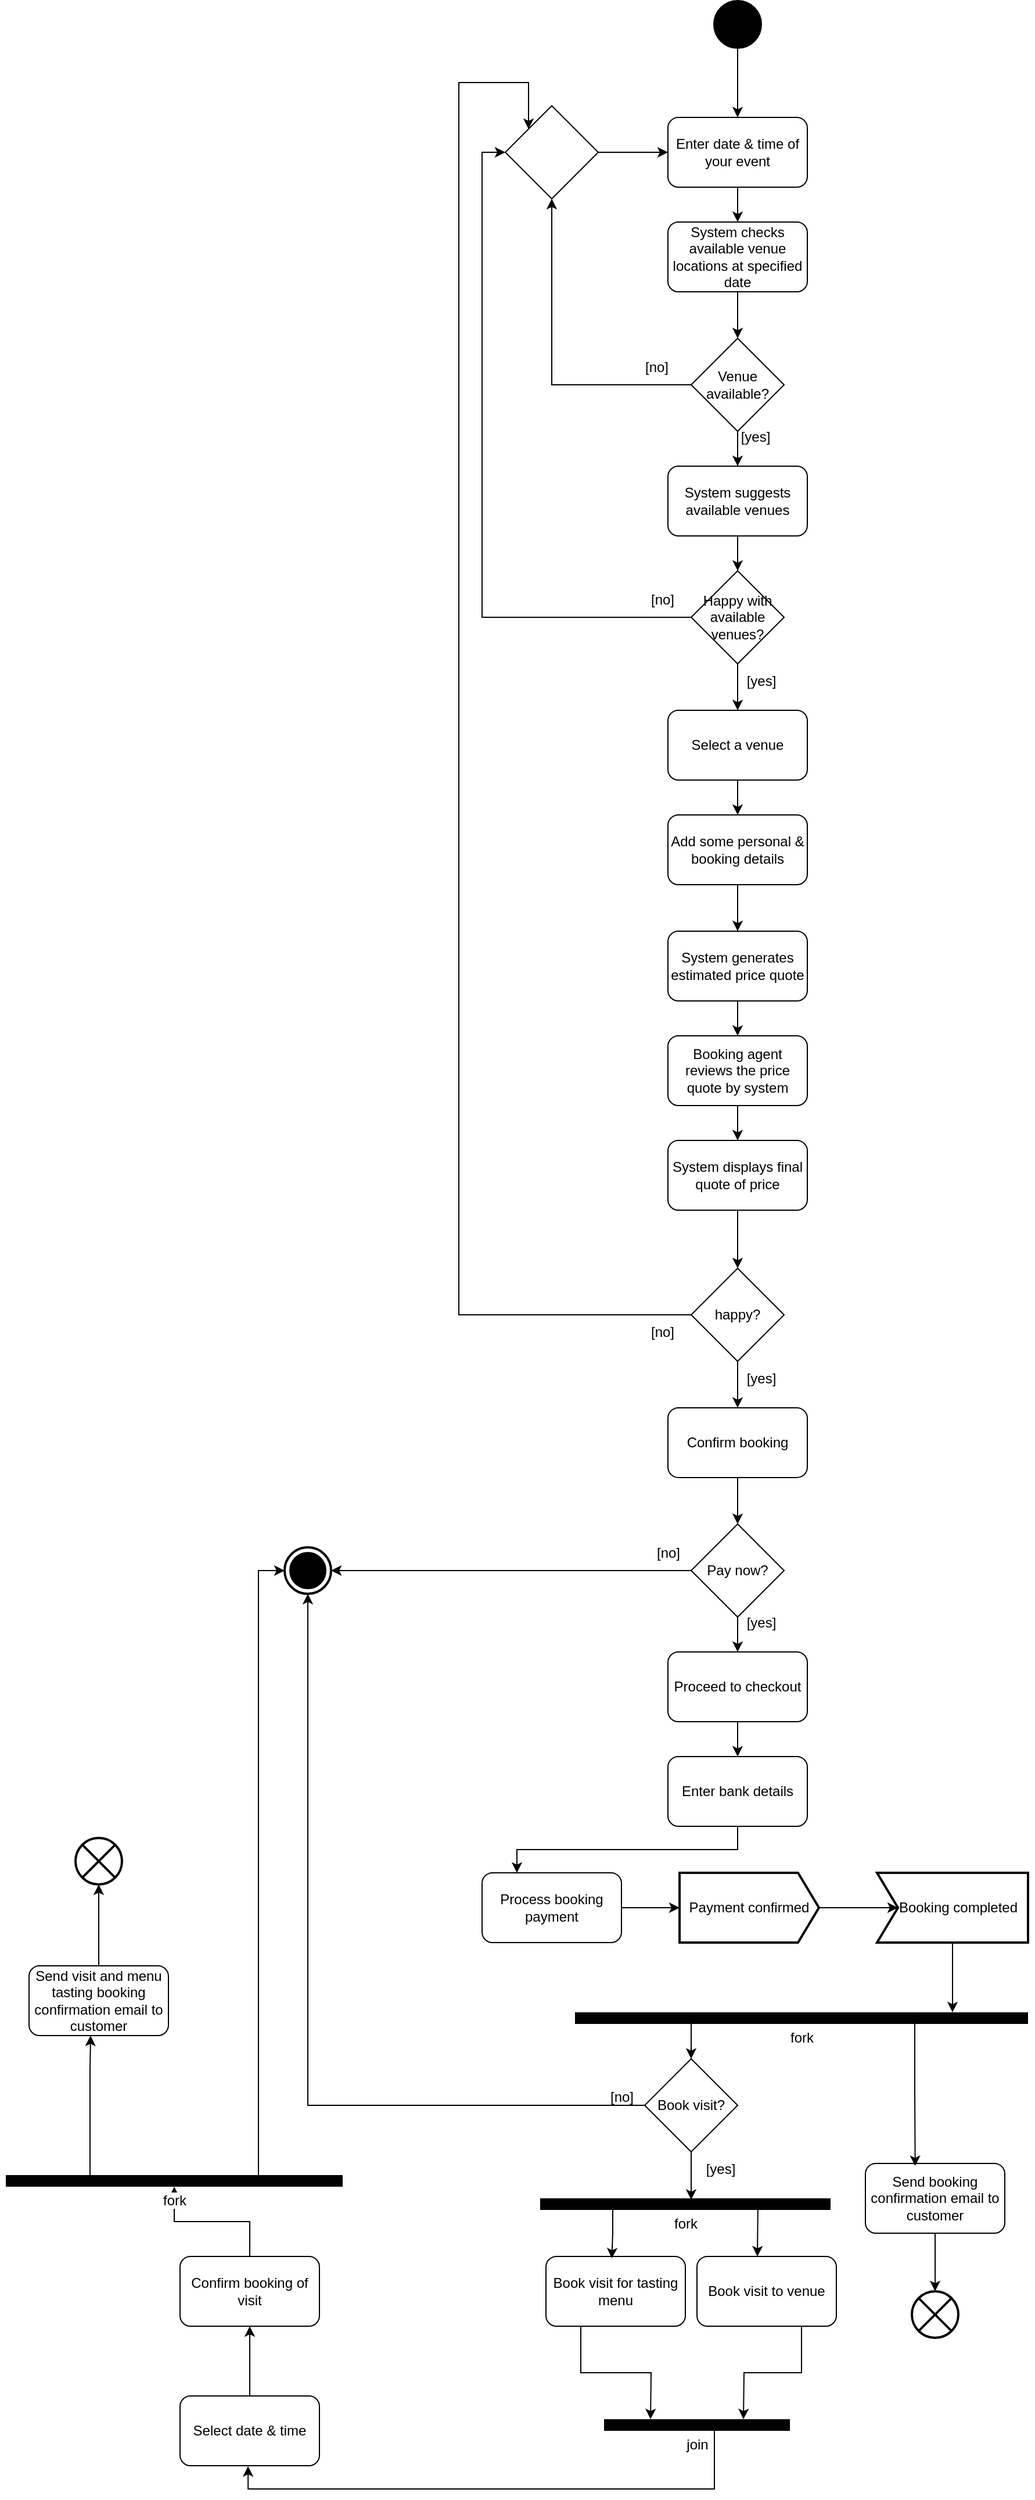
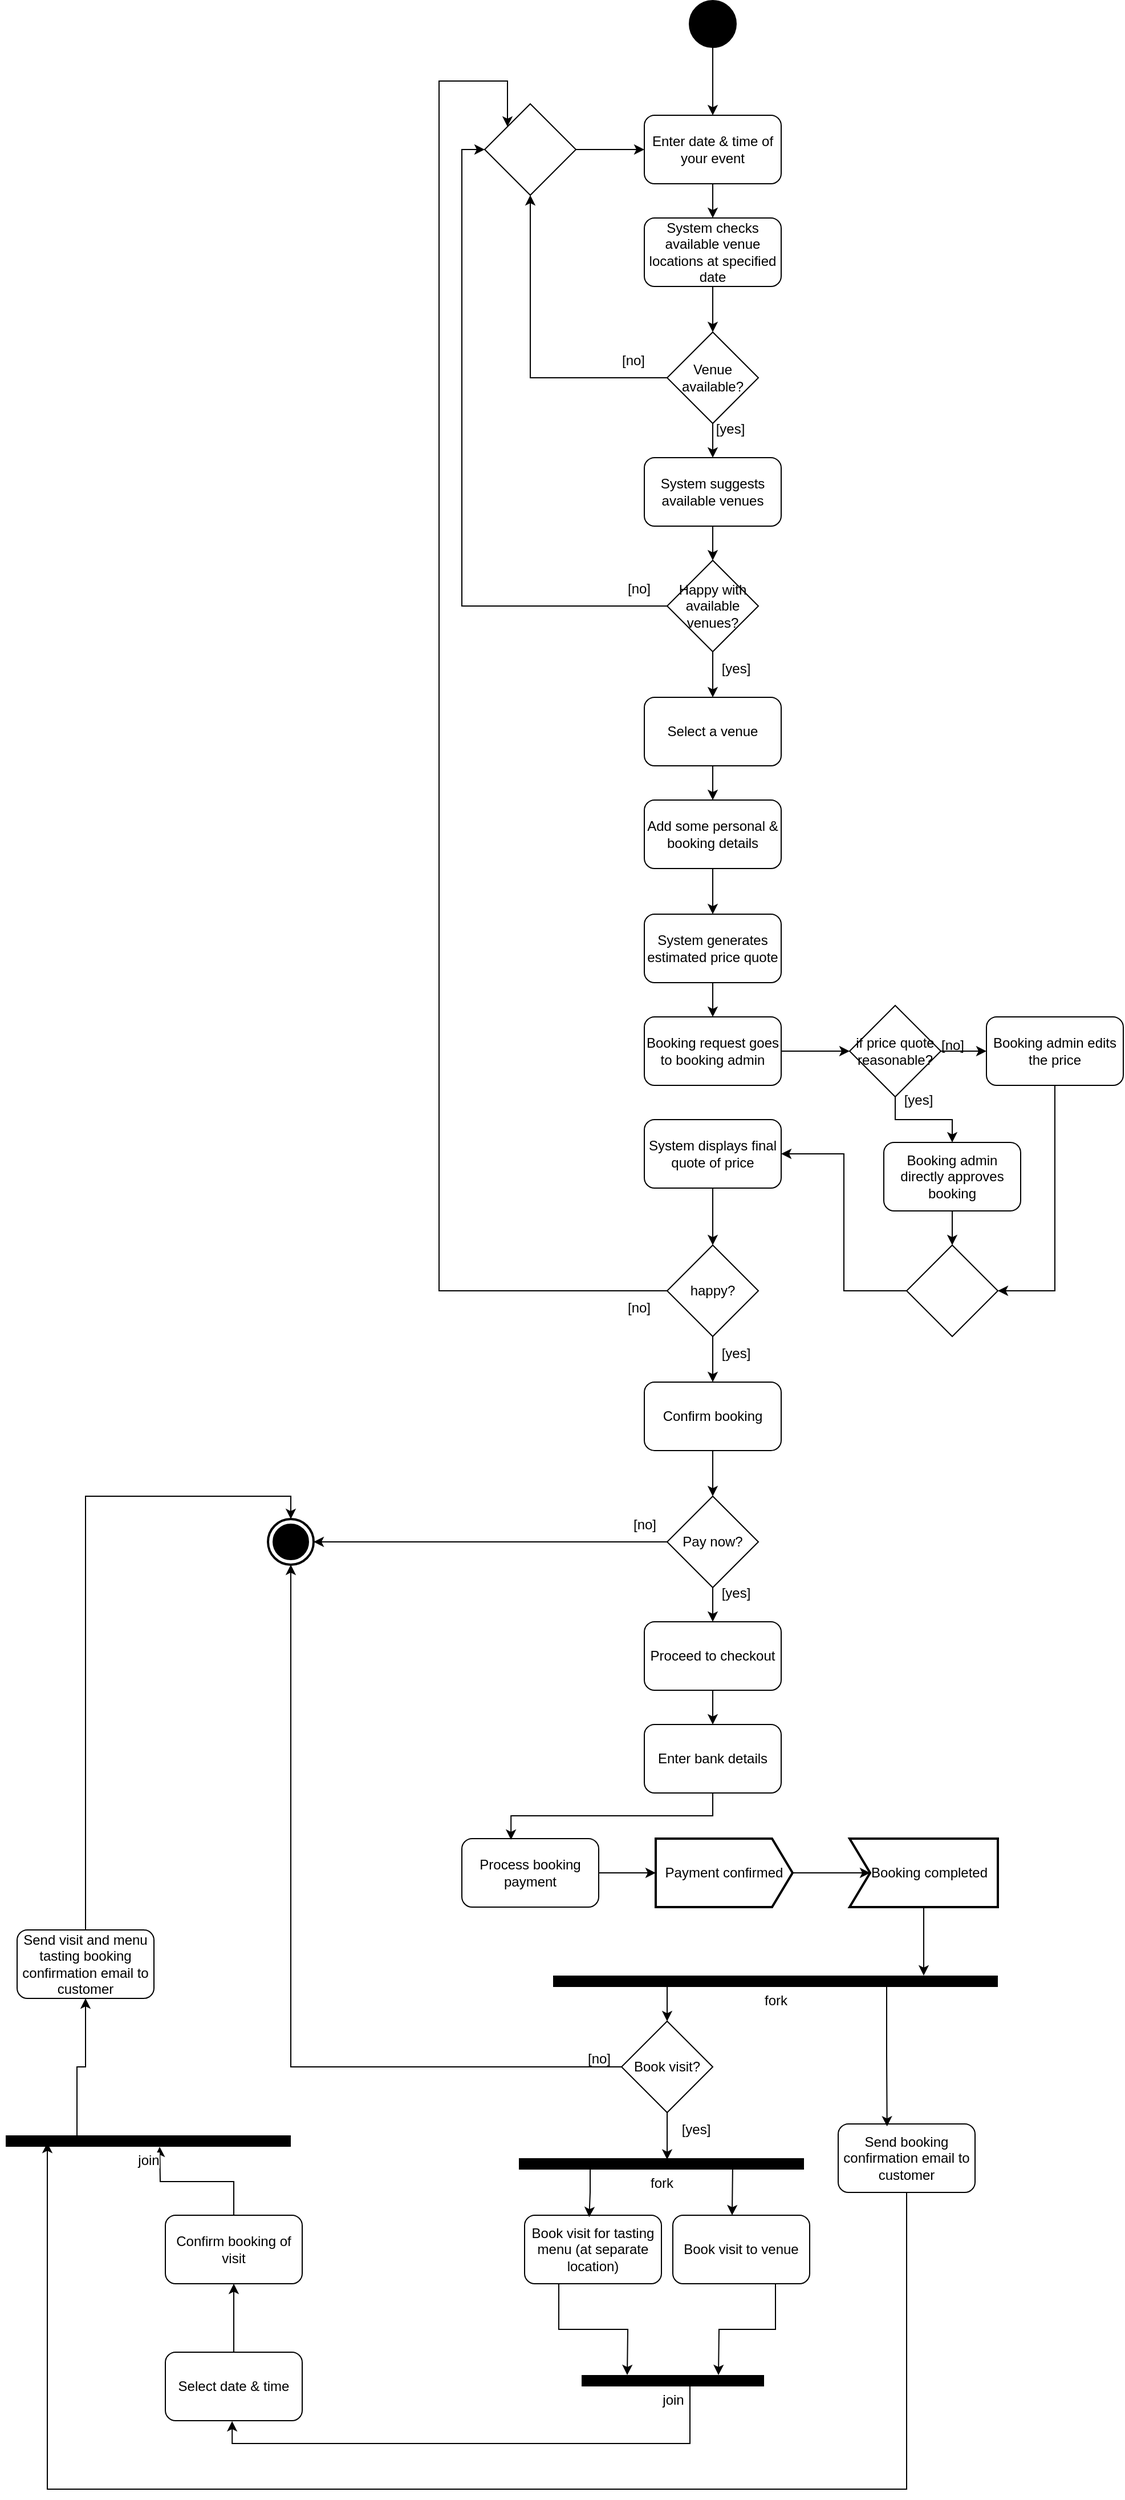
- <mxfile host="app.diagrams.net" modified="2024-02-28T01:40:37.187Z" agent="Mozilla/5.0 (Windows NT 10.0; Win64; x64) AppleWebKit/537.36 (KHTML, like Gecko) Chrome/122.0.0.0 Safari/537.36" etag="uCHXRNjuimKyqKS2h1Pi" version="23.1.7" type="google">
+ <mxfile host="app.diagrams.net" modified="2024-03-01T03:48:29.028Z" agent="Mozilla/5.0 (Windows NT 10.0; Win64; x64) AppleWebKit/537.36 (KHTML, like Gecko) Chrome/122.0.0.0 Safari/537.36" etag="IYtcShpnyjpLfOhCzZ0y" version="23.1.8" type="google">
  <diagram id="zLQGtkdr4Er2hxhFR5bj" name="Activity Diagram">
-     <mxGraphModel dx="2707" dy="3353" grid="1" gridSize="10" guides="1" tooltips="1" connect="1" arrows="1" fold="1" page="1" pageScale="1" pageWidth="850" pageHeight="1100" math="0" shadow="0">
+     <mxGraphModel dx="2088" dy="2969" grid="1" gridSize="10" guides="1" tooltips="1" connect="1" arrows="1" fold="1" page="1" pageScale="1" pageWidth="850" pageHeight="1100" math="0" shadow="0">
      <root>
        <mxCell id="0" />
        <mxCell id="1" parent="0" />
        <mxCell id="VgG-rzQVKVVHX1h5zmXF-7" style="edgeStyle=orthogonalEdgeStyle;rounded=0;orthogonalLoop=1;jettySize=auto;html=1;exitX=0;exitY=0.5;exitDx=0;exitDy=0;entryX=0;entryY=0.5;entryDx=0;entryDy=0;" parent="1" edge="1">
          <mxGeometry relative="1" as="geometry">
            <Array as="points">
              <mxPoint x="170" y="500" />
              <mxPoint x="170" />
            </Array>
            <mxPoint x="280" y="500" as="sourcePoint" />
          </mxGeometry>
        </mxCell>
        <mxCell id="bACexmj81euN7fhu6PjQ-41" style="edgeStyle=orthogonalEdgeStyle;rounded=0;orthogonalLoop=1;jettySize=auto;html=1;" parent="1" source="VgG-rzQVKVVHX1h5zmXF-55" edge="1">
          <mxGeometry relative="1" as="geometry">
            <mxPoint x="615" y="-270" as="targetPoint" />
          </mxGeometry>
        </mxCell>
        <mxCell id="VgG-rzQVKVVHX1h5zmXF-55" value="&amp;nbsp; &amp;nbsp;Booking completed" style="html=1;shape=mxgraph.sysml.accEvent;strokeWidth=2;whiteSpace=wrap;align=center;" parent="1" vertex="1">
          <mxGeometry x="550" y="-390" width="130" height="60" as="geometry" />
        </mxCell>
        <mxCell id="VgG-rzQVKVVHX1h5zmXF-56" value="Payment confirmed" style="html=1;shape=mxgraph.sysml.sendSigAct;strokeWidth=2;whiteSpace=wrap;align=center;" parent="1" vertex="1">
          <mxGeometry x="380" y="-390" width="120" height="60" as="geometry" />
        </mxCell>
        <mxCell id="VgG-rzQVKVVHX1h5zmXF-68" style="edgeStyle=orthogonalEdgeStyle;rounded=0;orthogonalLoop=1;jettySize=auto;html=1;exitX=0.5;exitY=1;exitDx=0;exitDy=0;" parent="1" source="VgG-rzQVKVVHX1h5zmXF-62" target="VgG-rzQVKVVHX1h5zmXF-63" edge="1">
          <mxGeometry relative="1" as="geometry" />
        </mxCell>
        <mxCell id="VgG-rzQVKVVHX1h5zmXF-62" value="" style="shape=ellipse;html=1;fillColor=#000000;strokeWidth=2;verticalLabelPosition=bottom;verticalAlignment=top;perimeter=ellipsePerimeter;" parent="1" vertex="1">
          <mxGeometry x="410" y="-2000" width="40" height="40" as="geometry" />
        </mxCell>
        <mxCell id="VgG-rzQVKVVHX1h5zmXF-69" style="edgeStyle=orthogonalEdgeStyle;rounded=0;orthogonalLoop=1;jettySize=auto;html=1;exitX=0.5;exitY=1;exitDx=0;exitDy=0;" parent="1" source="VgG-rzQVKVVHX1h5zmXF-63" target="VgG-rzQVKVVHX1h5zmXF-65" edge="1">
          <mxGeometry relative="1" as="geometry" />
        </mxCell>
        <mxCell id="VgG-rzQVKVVHX1h5zmXF-63" value="&lt;div&gt;Enter date &amp;amp; time of your event&lt;/div&gt;" style="rounded=1;whiteSpace=wrap;html=1;strokeWidth=1;" parent="1" vertex="1">
          <mxGeometry x="370" y="-1900" width="120" height="60" as="geometry" />
        </mxCell>
        <mxCell id="VgG-rzQVKVVHX1h5zmXF-70" style="edgeStyle=orthogonalEdgeStyle;rounded=0;orthogonalLoop=1;jettySize=auto;html=1;exitX=0.5;exitY=1;exitDx=0;exitDy=0;" parent="1" source="VgG-rzQVKVVHX1h5zmXF-65" target="VgG-rzQVKVVHX1h5zmXF-66" edge="1">
          <mxGeometry relative="1" as="geometry" />
        </mxCell>
        <mxCell id="VgG-rzQVKVVHX1h5zmXF-65" value="&lt;div&gt;System checks available venue locations at specified date&lt;/div&gt;" style="rounded=1;whiteSpace=wrap;html=1;strokeWidth=1;" parent="1" vertex="1">
          <mxGeometry x="370" y="-1810" width="120" height="60" as="geometry" />
        </mxCell>
        <mxCell id="VgG-rzQVKVVHX1h5zmXF-71" style="edgeStyle=orthogonalEdgeStyle;rounded=0;orthogonalLoop=1;jettySize=auto;html=1;exitX=0.5;exitY=1;exitDx=0;exitDy=0;" parent="1" source="VgG-rzQVKVVHX1h5zmXF-66" target="VgG-rzQVKVVHX1h5zmXF-67" edge="1">
          <mxGeometry relative="1" as="geometry" />
        </mxCell>
        <mxCell id="CmB5xDP5JDd7AaVfJXiw-5" style="edgeStyle=orthogonalEdgeStyle;rounded=0;orthogonalLoop=1;jettySize=auto;html=1;exitX=0;exitY=0.5;exitDx=0;exitDy=0;entryX=0.5;entryY=1;entryDx=0;entryDy=0;" parent="1" source="VgG-rzQVKVVHX1h5zmXF-66" target="CmB5xDP5JDd7AaVfJXiw-1" edge="1">
          <mxGeometry relative="1" as="geometry" />
        </mxCell>
        <mxCell id="VgG-rzQVKVVHX1h5zmXF-66" value="Venue available?" style="rhombus;whiteSpace=wrap;html=1;" parent="1" vertex="1">
          <mxGeometry x="390" y="-1710" width="80" height="80" as="geometry" />
        </mxCell>
        <mxCell id="VgG-rzQVKVVHX1h5zmXF-89" style="edgeStyle=orthogonalEdgeStyle;rounded=0;orthogonalLoop=1;jettySize=auto;html=1;exitX=0.5;exitY=1;exitDx=0;exitDy=0;entryX=0.5;entryY=0;entryDx=0;entryDy=0;" parent="1" source="VgG-rzQVKVVHX1h5zmXF-67" target="VgG-rzQVKVVHX1h5zmXF-86" edge="1">
          <mxGeometry relative="1" as="geometry" />
        </mxCell>
        <mxCell id="VgG-rzQVKVVHX1h5zmXF-67" value="System suggests available venues" style="rounded=1;whiteSpace=wrap;html=1;strokeWidth=1;" parent="1" vertex="1">
          <mxGeometry x="370" y="-1600" width="120" height="60" as="geometry" />
        </mxCell>
        <mxCell id="CmB5xDP5JDd7AaVfJXiw-8" style="edgeStyle=orthogonalEdgeStyle;rounded=0;orthogonalLoop=1;jettySize=auto;html=1;exitX=0.5;exitY=1;exitDx=0;exitDy=0;" parent="1" source="VgG-rzQVKVVHX1h5zmXF-72" target="VgG-rzQVKVVHX1h5zmXF-73" edge="1">
          <mxGeometry relative="1" as="geometry" />
        </mxCell>
        <mxCell id="VgG-rzQVKVVHX1h5zmXF-72" value="Select a venue" style="rounded=1;whiteSpace=wrap;html=1;strokeWidth=1;" parent="1" vertex="1">
          <mxGeometry x="370" y="-1390" width="120" height="60" as="geometry" />
        </mxCell>
        <mxCell id="CmB5xDP5JDd7AaVfJXiw-9" style="edgeStyle=orthogonalEdgeStyle;rounded=0;orthogonalLoop=1;jettySize=auto;html=1;exitX=0.5;exitY=1;exitDx=0;exitDy=0;entryX=0.5;entryY=0;entryDx=0;entryDy=0;" parent="1" source="VgG-rzQVKVVHX1h5zmXF-73" target="VgG-rzQVKVVHX1h5zmXF-98" edge="1">
          <mxGeometry relative="1" as="geometry" />
        </mxCell>
        <mxCell id="VgG-rzQVKVVHX1h5zmXF-73" value="Add some personal &amp;amp; booking details" style="rounded=1;whiteSpace=wrap;html=1;strokeWidth=1;" parent="1" vertex="1">
          <mxGeometry x="370" y="-1300" width="120" height="60" as="geometry" />
        </mxCell>
-         <mxCell id="qOMrk7s-dNR-C5TbjJqj-2" value="" style="edgeStyle=orthogonalEdgeStyle;rounded=0;orthogonalLoop=1;jettySize=auto;html=1;" parent="1" source="VgG-rzQVKVVHX1h5zmXF-75" target="VgG-rzQVKVVHX1h5zmXF-97" edge="1">
-           <mxGeometry relative="1" as="geometry" />
-         </mxCell>
-         <mxCell id="VgG-rzQVKVVHX1h5zmXF-75" value="&lt;div&gt;Booking agent reviews the price quote by system&lt;/div&gt;" style="rounded=1;whiteSpace=wrap;html=1;strokeWidth=1;" parent="1" vertex="1">
+         <mxCell id="0H6Zyw3Ez8y77bzPu73Z-2" value="" style="edgeStyle=orthogonalEdgeStyle;rounded=0;orthogonalLoop=1;jettySize=auto;html=1;" parent="1" source="VgG-rzQVKVVHX1h5zmXF-75" target="0H6Zyw3Ez8y77bzPu73Z-1" edge="1">
+           <mxGeometry relative="1" as="geometry" />
+         </mxCell>
+         <mxCell id="VgG-rzQVKVVHX1h5zmXF-75" value="&lt;div&gt;Booking request goes to booking admin&lt;/div&gt;" style="rounded=1;whiteSpace=wrap;html=1;strokeWidth=1;" parent="1" vertex="1">
          <mxGeometry x="370" y="-1110" width="120" height="60" as="geometry" />
        </mxCell>
        <mxCell id="VgG-rzQVKVVHX1h5zmXF-76" value="[yes]" style="text;html=1;align=center;verticalAlign=middle;resizable=0;points=[];autosize=1;strokeColor=none;fillColor=none;" parent="1" vertex="1">
          <mxGeometry x="420" y="-1640" width="50" height="30" as="geometry" />
        </mxCell>
        <mxCell id="VgG-rzQVKVVHX1h5zmXF-90" style="edgeStyle=orthogonalEdgeStyle;rounded=0;orthogonalLoop=1;jettySize=auto;html=1;exitX=0.5;exitY=1;exitDx=0;exitDy=0;" parent="1" source="VgG-rzQVKVVHX1h5zmXF-86" target="VgG-rzQVKVVHX1h5zmXF-72" edge="1">
          <mxGeometry relative="1" as="geometry" />
        </mxCell>
        <mxCell id="CmB5xDP5JDd7AaVfJXiw-4" style="edgeStyle=orthogonalEdgeStyle;rounded=0;orthogonalLoop=1;jettySize=auto;html=1;exitX=0;exitY=0.5;exitDx=0;exitDy=0;entryX=0;entryY=0.5;entryDx=0;entryDy=0;" parent="1" source="VgG-rzQVKVVHX1h5zmXF-86" target="CmB5xDP5JDd7AaVfJXiw-1" edge="1">
          <mxGeometry relative="1" as="geometry" />
        </mxCell>
        <mxCell id="VgG-rzQVKVVHX1h5zmXF-86" value="&lt;font style=&quot;&quot; size=&quot;1&quot;&gt;&lt;span style=&quot;font-size: 12px; font-weight: normal;&quot;&gt;Happy with available venues?&lt;/span&gt;&lt;/font&gt;" style="rhombus;whiteSpace=wrap;html=1;fontStyle=1" parent="1" vertex="1">
          <mxGeometry x="390" y="-1510" width="80" height="80" as="geometry" />
        </mxCell>
        <mxCell id="VgG-rzQVKVVHX1h5zmXF-91" value="[yes]" style="text;html=1;align=center;verticalAlign=middle;resizable=0;points=[];autosize=1;strokeColor=none;fillColor=none;" parent="1" vertex="1">
          <mxGeometry x="425" y="-1430" width="50" height="30" as="geometry" />
        </mxCell>
        <mxCell id="bACexmj81euN7fhu6PjQ-1" style="edgeStyle=orthogonalEdgeStyle;rounded=0;orthogonalLoop=1;jettySize=auto;html=1;exitX=0.5;exitY=1;exitDx=0;exitDy=0;" parent="1" source="VgG-rzQVKVVHX1h5zmXF-96" target="qOMrk7s-dNR-C5TbjJqj-3" edge="1">
          <mxGeometry relative="1" as="geometry" />
        </mxCell>
        <mxCell id="VgG-rzQVKVVHX1h5zmXF-96" value="happy?" style="rhombus;whiteSpace=wrap;html=1;" parent="1" vertex="1">
          <mxGeometry x="390" y="-910" width="80" height="80" as="geometry" />
        </mxCell>
        <mxCell id="VgG-rzQVKVVHX1h5zmXF-97" value="System displays final quote of price" style="rounded=1;whiteSpace=wrap;html=1;strokeWidth=1;" parent="1" vertex="1">
          <mxGeometry x="370" y="-1020" width="120" height="60" as="geometry" />
        </mxCell>
        <mxCell id="CmB5xDP5JDd7AaVfJXiw-10" style="edgeStyle=orthogonalEdgeStyle;rounded=0;orthogonalLoop=1;jettySize=auto;html=1;exitX=0.5;exitY=1;exitDx=0;exitDy=0;entryX=0.5;entryY=0;entryDx=0;entryDy=0;" parent="1" source="VgG-rzQVKVVHX1h5zmXF-98" target="VgG-rzQVKVVHX1h5zmXF-75" edge="1">
          <mxGeometry relative="1" as="geometry" />
        </mxCell>
        <mxCell id="VgG-rzQVKVVHX1h5zmXF-98" value="System generates estimated price quote" style="rounded=1;whiteSpace=wrap;html=1;strokeWidth=1;" parent="1" vertex="1">
          <mxGeometry x="370" y="-1200" width="120" height="60" as="geometry" />
        </mxCell>
        <mxCell id="CmB5xDP5JDd7AaVfJXiw-3" style="edgeStyle=orthogonalEdgeStyle;rounded=0;orthogonalLoop=1;jettySize=auto;html=1;exitX=1;exitY=0.5;exitDx=0;exitDy=0;entryX=0;entryY=0.5;entryDx=0;entryDy=0;" parent="1" source="CmB5xDP5JDd7AaVfJXiw-1" target="VgG-rzQVKVVHX1h5zmXF-63" edge="1">
          <mxGeometry relative="1" as="geometry" />
        </mxCell>
        <mxCell id="CmB5xDP5JDd7AaVfJXiw-1" value="" style="rhombus;whiteSpace=wrap;html=1;strokeWidth=1;" parent="1" vertex="1">
          <mxGeometry x="230" y="-1910" width="80" height="80" as="geometry" />
        </mxCell>
        <mxCell id="CmB5xDP5JDd7AaVfJXiw-6" value="[no]" style="text;html=1;align=center;verticalAlign=middle;resizable=0;points=[];autosize=1;strokeColor=none;fillColor=none;" parent="1" vertex="1">
          <mxGeometry x="340" y="-1700" width="40" height="30" as="geometry" />
        </mxCell>
        <mxCell id="CmB5xDP5JDd7AaVfJXiw-7" value="[no]" style="text;html=1;align=center;verticalAlign=middle;resizable=0;points=[];autosize=1;strokeColor=none;fillColor=none;" parent="1" vertex="1">
          <mxGeometry x="345" y="-1500" width="40" height="30" as="geometry" />
        </mxCell>
        <mxCell id="CmB5xDP5JDd7AaVfJXiw-11" style="edgeStyle=orthogonalEdgeStyle;rounded=0;orthogonalLoop=1;jettySize=auto;html=1;exitX=0.5;exitY=1;exitDx=0;exitDy=0;" parent="1" source="VgG-rzQVKVVHX1h5zmXF-97" edge="1">
          <mxGeometry relative="1" as="geometry">
            <mxPoint x="430" y="-910" as="targetPoint" />
+             <Array as="points">
+               <mxPoint x="430" y="-920" />
+             </Array>
          </mxGeometry>
        </mxCell>
        <mxCell id="bACexmj81euN7fhu6PjQ-5" value="" style="edgeStyle=orthogonalEdgeStyle;rounded=0;orthogonalLoop=1;jettySize=auto;html=1;" parent="1" source="qOMrk7s-dNR-C5TbjJqj-3" target="bACexmj81euN7fhu6PjQ-4" edge="1">
          <mxGeometry relative="1" as="geometry" />
        </mxCell>
        <mxCell id="qOMrk7s-dNR-C5TbjJqj-3" value="Confirm booking" style="rounded=1;whiteSpace=wrap;html=1;strokeWidth=1;" parent="1" vertex="1">
          <mxGeometry x="370" y="-790" width="120" height="60" as="geometry" />
        </mxCell>
        <mxCell id="bACexmj81euN7fhu6PjQ-2" value="[yes]" style="text;html=1;align=center;verticalAlign=middle;resizable=0;points=[];autosize=1;strokeColor=none;fillColor=none;" parent="1" vertex="1">
          <mxGeometry x="425" y="-830" width="50" height="30" as="geometry" />
        </mxCell>
        <mxCell id="bACexmj81euN7fhu6PjQ-12" value="" style="edgeStyle=orthogonalEdgeStyle;rounded=0;orthogonalLoop=1;jettySize=auto;html=1;" parent="1" source="bACexmj81euN7fhu6PjQ-3" target="bACexmj81euN7fhu6PjQ-11" edge="1">
          <mxGeometry relative="1" as="geometry" />
        </mxCell>
        <mxCell id="bACexmj81euN7fhu6PjQ-3" value="&lt;div&gt;Proceed to checkout&lt;/div&gt;" style="rounded=1;whiteSpace=wrap;html=1;strokeWidth=1;" parent="1" vertex="1">
          <mxGeometry x="370" y="-580" width="120" height="60" as="geometry" />
        </mxCell>
        <mxCell id="bACexmj81euN7fhu6PjQ-9" value="" style="edgeStyle=orthogonalEdgeStyle;rounded=0;orthogonalLoop=1;jettySize=auto;html=1;" parent="1" source="bACexmj81euN7fhu6PjQ-4" target="bACexmj81euN7fhu6PjQ-3" edge="1">
          <mxGeometry relative="1" as="geometry" />
        </mxCell>
        <mxCell id="bACexmj81euN7fhu6PjQ-18" value="" style="edgeStyle=orthogonalEdgeStyle;rounded=0;orthogonalLoop=1;jettySize=auto;html=1;entryX=1;entryY=0.5;entryDx=0;entryDy=0;entryPerimeter=0;" parent="1" source="bACexmj81euN7fhu6PjQ-4" target="bACexmj81euN7fhu6PjQ-15" edge="1">
          <mxGeometry relative="1" as="geometry">
            <mxPoint x="275" y="-650" as="targetPoint" />
          </mxGeometry>
        </mxCell>
        <mxCell id="bACexmj81euN7fhu6PjQ-4" value="Pay now?" style="rhombus;whiteSpace=wrap;html=1;" parent="1" vertex="1">
          <mxGeometry x="390" y="-690" width="80" height="80" as="geometry" />
        </mxCell>
        <mxCell id="bACexmj81euN7fhu6PjQ-10" value="[yes]" style="text;html=1;align=center;verticalAlign=middle;resizable=0;points=[];autosize=1;strokeColor=none;fillColor=none;" parent="1" vertex="1">
          <mxGeometry x="425" y="-620" width="50" height="30" as="geometry" />
        </mxCell>
-         <mxCell id="0Wx9dbM_nObIqTf50nTo-6" style="edgeStyle=orthogonalEdgeStyle;rounded=0;orthogonalLoop=1;jettySize=auto;html=1;exitX=0.5;exitY=1;exitDx=0;exitDy=0;entryX=0.25;entryY=0;entryDx=0;entryDy=0;" parent="1" source="bACexmj81euN7fhu6PjQ-11" target="0Wx9dbM_nObIqTf50nTo-4" edge="1">
-           <mxGeometry relative="1" as="geometry" />
-         </mxCell>
        <mxCell id="bACexmj81euN7fhu6PjQ-11" value="&lt;div&gt;Enter bank details&lt;/div&gt;" style="rounded=1;whiteSpace=wrap;html=1;strokeWidth=1;" parent="1" vertex="1">
          <mxGeometry x="370" y="-490" width="120" height="60" as="geometry" />
        </mxCell>
-         <mxCell id="mMG1U1jZyoUnxiM2o_4K-4" style="edgeStyle=orthogonalEdgeStyle;rounded=0;orthogonalLoop=1;jettySize=auto;html=1;exitX=0.5;exitY=1;exitDx=0;exitDy=0;entryX=0.5;entryY=0;entryDx=0;entryDy=0;entryPerimeter=0;" edge="1" parent="1" source="bACexmj81euN7fhu6PjQ-13" target="mMG1U1jZyoUnxiM2o_4K-3">
-           <mxGeometry relative="1" as="geometry">
-             <mxPoint x="599.7777777777778" y="-40" as="targetPoint" />
+         <mxCell id="mMG1U1jZyoUnxiM2o_4K-4" style="edgeStyle=orthogonalEdgeStyle;rounded=0;orthogonalLoop=1;jettySize=auto;html=1;exitX=0.5;exitY=1;exitDx=0;exitDy=0;entryX=0.146;entryY=0.656;entryDx=0;entryDy=0;entryPerimeter=0;" parent="1" source="bACexmj81euN7fhu6PjQ-13" target="v3tCxRTfs_H52XRyuZbw-4" edge="1">
+           <mxGeometry relative="1" as="geometry">
+             <mxPoint x="-153.5999999999999" y="-116.7800000000002" as="targetPoint" />
+             <Array as="points">
+               <mxPoint x="600" y="180" />
+               <mxPoint x="-153" y="180" />
+             </Array>
          </mxGeometry>
        </mxCell>
        <mxCell id="bACexmj81euN7fhu6PjQ-13" value="Send booking confirmation email to customer" style="rounded=1;whiteSpace=wrap;html=1;strokeWidth=1;" parent="1" vertex="1">
          <mxGeometry x="540" y="-140" width="120" height="60" as="geometry" />
        </mxCell>
        <mxCell id="bACexmj81euN7fhu6PjQ-15" value="" style="html=1;shape=mxgraph.sysml.actFinal;strokeWidth=2;verticalLabelPosition=bottom;verticalAlignment=top;" parent="1" vertex="1">
          <mxGeometry x="40" y="-670" width="40" height="40" as="geometry" />
        </mxCell>
        <mxCell id="bACexmj81euN7fhu6PjQ-19" value="[no]" style="text;html=1;align=center;verticalAlign=middle;resizable=0;points=[];autosize=1;strokeColor=none;fillColor=none;" parent="1" vertex="1">
          <mxGeometry x="350" y="-680" width="40" height="30" as="geometry" />
        </mxCell>
        <mxCell id="bACexmj81euN7fhu6PjQ-21" style="edgeStyle=orthogonalEdgeStyle;rounded=0;orthogonalLoop=1;jettySize=auto;html=1;entryX=0;entryY=0;entryDx=0;entryDy=0;exitX=0;exitY=0.5;exitDx=0;exitDy=0;" parent="1" source="VgG-rzQVKVVHX1h5zmXF-96" target="CmB5xDP5JDd7AaVfJXiw-1" edge="1">
          <mxGeometry relative="1" as="geometry">
            <mxPoint x="370" y="-869.9999999999998" as="sourcePoint" />
            <mxPoint x="250" y="-1910" as="targetPoint" />
            <Array as="points">
              <mxPoint x="190" y="-870" />
              <mxPoint x="190" y="-1930" />
              <mxPoint x="250" y="-1930" />
            </Array>
          </mxGeometry>
        </mxCell>
        <mxCell id="bACexmj81euN7fhu6PjQ-22" value="[no]" style="text;html=1;align=center;verticalAlign=middle;resizable=0;points=[];autosize=1;strokeColor=none;fillColor=none;" parent="1" vertex="1">
          <mxGeometry x="345" y="-870" width="40" height="30" as="geometry" />
        </mxCell>
        <mxCell id="bACexmj81euN7fhu6PjQ-26" style="edgeStyle=orthogonalEdgeStyle;rounded=0;orthogonalLoop=1;jettySize=auto;html=1;exitX=1;exitY=0.5;exitDx=0;exitDy=0;exitPerimeter=0;entryX=0;entryY=0.5;entryDx=18;entryDy=0;entryPerimeter=0;" parent="1" source="VgG-rzQVKVVHX1h5zmXF-56" target="VgG-rzQVKVVHX1h5zmXF-55" edge="1">
          <mxGeometry relative="1" as="geometry" />
        </mxCell>
        <mxCell id="bACexmj81euN7fhu6PjQ-64" style="edgeStyle=orthogonalEdgeStyle;rounded=0;orthogonalLoop=1;jettySize=auto;html=1;exitX=0.25;exitY=0.5;exitDx=0;exitDy=0;exitPerimeter=0;entryX=0.5;entryY=0;entryDx=0;entryDy=0;" parent="1" source="bACexmj81euN7fhu6PjQ-30" target="bACexmj81euN7fhu6PjQ-63" edge="1">
          <mxGeometry relative="1" as="geometry" />
        </mxCell>
        <mxCell id="bACexmj81euN7fhu6PjQ-30" value="fork" style="line;strokeWidth=10;html=1;" parent="1" vertex="1">
          <mxGeometry x="290" y="-270" width="390" height="10" as="geometry" />
        </mxCell>
        <mxCell id="bACexmj81euN7fhu6PjQ-56" style="edgeStyle=orthogonalEdgeStyle;rounded=0;orthogonalLoop=1;jettySize=auto;html=1;exitX=0.75;exitY=1;exitDx=0;exitDy=0;entryX=1;entryY=0.5;entryDx=0;entryDy=0;" parent="1" source="bACexmj81euN7fhu6PjQ-45" edge="1">
          <mxGeometry relative="1" as="geometry">
            <mxPoint x="435" y="80" as="targetPoint" />
          </mxGeometry>
        </mxCell>
        <mxCell id="bACexmj81euN7fhu6PjQ-45" value="&lt;div&gt;Book visit to venue&lt;/div&gt;" style="rounded=1;whiteSpace=wrap;html=1;strokeWidth=1;" parent="1" vertex="1">
          <mxGeometry x="395" y="-60" width="120" height="60" as="geometry" />
        </mxCell>
        <mxCell id="bACexmj81euN7fhu6PjQ-49" style="edgeStyle=orthogonalEdgeStyle;rounded=0;orthogonalLoop=1;jettySize=auto;html=1;exitX=0.75;exitY=0.5;exitDx=0;exitDy=0;exitPerimeter=0;entryX=0.357;entryY=0.036;entryDx=0;entryDy=0;entryPerimeter=0;" parent="1" source="bACexmj81euN7fhu6PjQ-30" target="bACexmj81euN7fhu6PjQ-13" edge="1">
          <mxGeometry relative="1" as="geometry" />
        </mxCell>
        <mxCell id="bACexmj81euN7fhu6PjQ-57" style="edgeStyle=orthogonalEdgeStyle;rounded=0;orthogonalLoop=1;jettySize=auto;html=1;exitX=0.25;exitY=1;exitDx=0;exitDy=0;entryX=0;entryY=0.5;entryDx=0;entryDy=0;" parent="1" source="bACexmj81euN7fhu6PjQ-51" edge="1">
          <mxGeometry relative="1" as="geometry">
            <mxPoint x="355" y="80" as="targetPoint" />
          </mxGeometry>
        </mxCell>
-         <mxCell id="bACexmj81euN7fhu6PjQ-51" value="&lt;div&gt;Book visit for tasting menu&lt;/div&gt;" style="rounded=1;whiteSpace=wrap;html=1;strokeWidth=1;" parent="1" vertex="1">
+         <mxCell id="bACexmj81euN7fhu6PjQ-51" value="&lt;div&gt;Book visit for tasting menu (at separate location)&lt;/div&gt;" style="rounded=1;whiteSpace=wrap;html=1;strokeWidth=1;" parent="1" vertex="1">
          <mxGeometry x="265" y="-60" width="120" height="60" as="geometry" />
        </mxCell>
        <mxCell id="bACexmj81euN7fhu6PjQ-62" style="edgeStyle=orthogonalEdgeStyle;rounded=0;orthogonalLoop=1;jettySize=auto;html=1;entryX=0.5;entryY=1;entryDx=0;entryDy=0;" parent="1" source="bACexmj81euN7fhu6PjQ-58" target="bACexmj81euN7fhu6PjQ-61" edge="1">
          <mxGeometry relative="1" as="geometry" />
        </mxCell>
        <mxCell id="bACexmj81euN7fhu6PjQ-58" value="&lt;div&gt;Select date &amp;amp; time&lt;/div&gt;" style="rounded=1;whiteSpace=wrap;html=1;strokeWidth=1;" parent="1" vertex="1">
          <mxGeometry x="-50" y="60" width="120" height="60" as="geometry" />
        </mxCell>
-         <mxCell id="bACexmj81euN7fhu6PjQ-78" style="edgeStyle=orthogonalEdgeStyle;rounded=0;orthogonalLoop=1;jettySize=auto;html=1;exitX=0.5;exitY=0;exitDx=0;exitDy=0;" parent="1" source="bACexmj81euN7fhu6PjQ-61" target="bACexmj81euN7fhu6PjQ-77" edge="1">
-           <mxGeometry relative="1" as="geometry" />
+         <mxCell id="bACexmj81euN7fhu6PjQ-78" style="edgeStyle=orthogonalEdgeStyle;rounded=0;orthogonalLoop=1;jettySize=auto;html=1;exitX=0.5;exitY=0;exitDx=0;exitDy=0;" parent="1" source="bACexmj81euN7fhu6PjQ-61" edge="1">
+           <mxGeometry relative="1" as="geometry">
+             <mxPoint x="-55" y="-120" as="targetPoint" />
+           </mxGeometry>
        </mxCell>
        <mxCell id="bACexmj81euN7fhu6PjQ-61" value="&lt;div&gt;Confirm booking of visit&lt;/div&gt;" style="rounded=1;whiteSpace=wrap;html=1;strokeWidth=1;" parent="1" vertex="1">
          <mxGeometry x="-50" y="-60" width="120" height="60" as="geometry" />
        </mxCell>
        <mxCell id="bACexmj81euN7fhu6PjQ-63" value="Book visit?" style="rhombus;whiteSpace=wrap;html=1;" parent="1" vertex="1">
          <mxGeometry x="350" y="-230" width="80" height="80" as="geometry" />
        </mxCell>
        <mxCell id="bACexmj81euN7fhu6PjQ-67" style="edgeStyle=orthogonalEdgeStyle;rounded=0;orthogonalLoop=1;jettySize=auto;html=1;exitX=0;exitY=0.5;exitDx=0;exitDy=0;entryX=0.5;entryY=1;entryDx=0;entryDy=0;entryPerimeter=0;" parent="1" source="bACexmj81euN7fhu6PjQ-63" target="bACexmj81euN7fhu6PjQ-15" edge="1">
          <mxGeometry relative="1" as="geometry" />
        </mxCell>
        <mxCell id="bACexmj81euN7fhu6PjQ-68" value="[no]" style="text;html=1;align=center;verticalAlign=middle;resizable=0;points=[];autosize=1;strokeColor=none;fillColor=none;" parent="1" vertex="1">
          <mxGeometry x="310" y="-212" width="40" height="30" as="geometry" />
        </mxCell>
        <mxCell id="bACexmj81euN7fhu6PjQ-69" value="fork" style="line;strokeWidth=10;html=1;" parent="1" vertex="1">
          <mxGeometry x="260" y="-110" width="250" height="10" as="geometry" />
        </mxCell>
        <mxCell id="bACexmj81euN7fhu6PjQ-70" style="edgeStyle=orthogonalEdgeStyle;rounded=0;orthogonalLoop=1;jettySize=auto;html=1;exitX=0.5;exitY=1;exitDx=0;exitDy=0;entryX=0.52;entryY=0.129;entryDx=0;entryDy=0;entryPerimeter=0;" parent="1" source="bACexmj81euN7fhu6PjQ-63" target="bACexmj81euN7fhu6PjQ-69" edge="1">
          <mxGeometry relative="1" as="geometry" />
        </mxCell>
        <mxCell id="bACexmj81euN7fhu6PjQ-72" style="edgeStyle=orthogonalEdgeStyle;rounded=0;orthogonalLoop=1;jettySize=auto;html=1;exitX=0.75;exitY=0.5;exitDx=0;exitDy=0;exitPerimeter=0;" parent="1" source="bACexmj81euN7fhu6PjQ-69" edge="1">
          <mxGeometry relative="1" as="geometry">
            <mxPoint x="447" y="-60" as="targetPoint" />
          </mxGeometry>
        </mxCell>
        <mxCell id="bACexmj81euN7fhu6PjQ-73" value="join" style="line;strokeWidth=10;html=1;" parent="1" vertex="1">
          <mxGeometry x="315" y="80" width="160" height="10" as="geometry" />
        </mxCell>
        <mxCell id="bACexmj81euN7fhu6PjQ-75" style="edgeStyle=orthogonalEdgeStyle;rounded=0;orthogonalLoop=1;jettySize=auto;html=1;entryX=0.363;entryY=1.007;entryDx=0;entryDy=0;entryPerimeter=0;" parent="1" edge="1">
          <mxGeometry relative="1" as="geometry">
            <mxPoint x="410" y="90" as="sourcePoint" />
            <mxPoint x="8.559999999999945" y="120.41999999999962" as="targetPoint" />
            <Array as="points">
              <mxPoint x="410" y="140" />
              <mxPoint x="9" y="140" />
            </Array>
          </mxGeometry>
        </mxCell>
-         <mxCell id="mMG1U1jZyoUnxiM2o_4K-5" style="edgeStyle=orthogonalEdgeStyle;rounded=0;orthogonalLoop=1;jettySize=auto;html=1;exitX=0.25;exitY=0.5;exitDx=0;exitDy=0;exitPerimeter=0;" edge="1" parent="1" source="bACexmj81euN7fhu6PjQ-77" target="bACexmj81euN7fhu6PjQ-80">
-           <mxGeometry relative="1" as="geometry">
-             <mxPoint x="-128" y="-240" as="targetPoint" />
-             <Array as="points">
-               <mxPoint x="-127" y="-220" />
-               <mxPoint x="-127" y="-220" />
-             </Array>
-           </mxGeometry>
-         </mxCell>
-         <mxCell id="bACexmj81euN7fhu6PjQ-77" value="fork" style="line;strokeWidth=10;html=1;" parent="1" vertex="1">
-           <mxGeometry x="-200" y="-130" width="290" height="10" as="geometry" />
-         </mxCell>
        <mxCell id="bACexmj81euN7fhu6PjQ-80" value="Send visit and menu tasting booking confirmation email to customer" style="rounded=1;whiteSpace=wrap;html=1;strokeWidth=1;" parent="1" vertex="1">
          <mxGeometry x="-180" y="-310" width="120" height="60" as="geometry" />
        </mxCell>
-         <mxCell id="bACexmj81euN7fhu6PjQ-84" style="edgeStyle=orthogonalEdgeStyle;rounded=0;orthogonalLoop=1;jettySize=auto;html=1;exitX=0.75;exitY=0.5;exitDx=0;exitDy=0;exitPerimeter=0;entryX=0;entryY=0.5;entryDx=0;entryDy=0;entryPerimeter=0;" parent="1" source="bACexmj81euN7fhu6PjQ-77" target="bACexmj81euN7fhu6PjQ-15" edge="1">
-           <mxGeometry relative="1" as="geometry" />
-         </mxCell>
        <mxCell id="bACexmj81euN7fhu6PjQ-85" value="[yes]" style="text;html=1;align=center;verticalAlign=middle;resizable=0;points=[];autosize=1;strokeColor=none;fillColor=none;" parent="1" vertex="1">
          <mxGeometry x="390" y="-150" width="50" height="30" as="geometry" />
        </mxCell>
        <mxCell id="O7mZzUI3mjlBc34ujqpP-1" style="edgeStyle=orthogonalEdgeStyle;rounded=0;orthogonalLoop=1;jettySize=auto;html=1;exitX=0.25;exitY=0.5;exitDx=0;exitDy=0;exitPerimeter=0;entryX=0.472;entryY=0.027;entryDx=0;entryDy=0;entryPerimeter=0;" parent="1" source="bACexmj81euN7fhu6PjQ-69" target="bACexmj81euN7fhu6PjQ-51" edge="1">
          <mxGeometry relative="1" as="geometry" />
        </mxCell>
        <mxCell id="0Wx9dbM_nObIqTf50nTo-5" value="" style="edgeStyle=orthogonalEdgeStyle;rounded=0;orthogonalLoop=1;jettySize=auto;html=1;" parent="1" source="0Wx9dbM_nObIqTf50nTo-4" target="VgG-rzQVKVVHX1h5zmXF-56" edge="1">
          <mxGeometry relative="1" as="geometry" />
        </mxCell>
        <mxCell id="0Wx9dbM_nObIqTf50nTo-4" value="Process booking payment" style="rounded=1;whiteSpace=wrap;html=1;strokeWidth=1;" parent="1" vertex="1">
          <mxGeometry x="210" y="-390" width="120" height="60" as="geometry" />
        </mxCell>
-         <mxCell id="mMG1U1jZyoUnxiM2o_4K-1" value="" style="html=1;shape=mxgraph.sysml.flowFinal;strokeWidth=2;verticalLabelPosition=bottom;verticalAlignment=top;" vertex="1" parent="1">
-           <mxGeometry x="-140" y="-420" width="40" height="40" as="geometry" />
-         </mxCell>
-         <mxCell id="mMG1U1jZyoUnxiM2o_4K-2" style="edgeStyle=orthogonalEdgeStyle;rounded=0;orthogonalLoop=1;jettySize=auto;html=1;exitX=0.5;exitY=0;exitDx=0;exitDy=0;entryX=0.5;entryY=1;entryDx=0;entryDy=0;entryPerimeter=0;" edge="1" parent="1" source="bACexmj81euN7fhu6PjQ-80" target="mMG1U1jZyoUnxiM2o_4K-1">
-           <mxGeometry relative="1" as="geometry" />
-         </mxCell>
-         <mxCell id="mMG1U1jZyoUnxiM2o_4K-3" value="" style="html=1;shape=mxgraph.sysml.flowFinal;strokeWidth=2;verticalLabelPosition=bottom;verticalAlignment=top;" vertex="1" parent="1">
-           <mxGeometry x="580" y="-30" width="40" height="40" as="geometry" />
+         <mxCell id="mMG1U1jZyoUnxiM2o_4K-2" style="edgeStyle=orthogonalEdgeStyle;rounded=0;orthogonalLoop=1;jettySize=auto;html=1;exitX=0.5;exitY=0;exitDx=0;exitDy=0;entryX=0.5;entryY=0;entryDx=0;entryDy=0;entryPerimeter=0;" parent="1" source="bACexmj81euN7fhu6PjQ-80" target="bACexmj81euN7fhu6PjQ-15" edge="1">
+           <mxGeometry relative="1" as="geometry">
+             <mxPoint x="-120" y="-380" as="targetPoint" />
+           </mxGeometry>
+         </mxCell>
+         <mxCell id="0H6Zyw3Ez8y77bzPu73Z-6" value="" style="edgeStyle=orthogonalEdgeStyle;rounded=0;orthogonalLoop=1;jettySize=auto;html=1;" parent="1" source="0H6Zyw3Ez8y77bzPu73Z-1" target="0H6Zyw3Ez8y77bzPu73Z-5" edge="1">
+           <mxGeometry relative="1" as="geometry" />
+         </mxCell>
+         <mxCell id="v3tCxRTfs_H52XRyuZbw-11" style="edgeStyle=orthogonalEdgeStyle;rounded=0;orthogonalLoop=1;jettySize=auto;html=1;exitX=0.5;exitY=1;exitDx=0;exitDy=0;entryX=0.5;entryY=0;entryDx=0;entryDy=0;" edge="1" parent="1" source="0H6Zyw3Ez8y77bzPu73Z-1" target="0H6Zyw3Ez8y77bzPu73Z-11">
+           <mxGeometry relative="1" as="geometry" />
+         </mxCell>
+         <mxCell id="0H6Zyw3Ez8y77bzPu73Z-1" value="if price quote reasonable?" style="rhombus;whiteSpace=wrap;html=1;" parent="1" vertex="1">
+           <mxGeometry x="550" y="-1120" width="80" height="80" as="geometry" />
+         </mxCell>
+         <mxCell id="0H6Zyw3Ez8y77bzPu73Z-14" style="edgeStyle=orthogonalEdgeStyle;rounded=0;orthogonalLoop=1;jettySize=auto;html=1;entryX=1;entryY=0.5;entryDx=0;entryDy=0;" parent="1" source="0H6Zyw3Ez8y77bzPu73Z-5" target="0H6Zyw3Ez8y77bzPu73Z-13" edge="1">
+           <mxGeometry relative="1" as="geometry" />
+         </mxCell>
+         <mxCell id="0H6Zyw3Ez8y77bzPu73Z-5" value="&lt;div&gt;Booking admin edits the price&lt;/div&gt;" style="rounded=1;whiteSpace=wrap;html=1;strokeWidth=1;" parent="1" vertex="1">
+           <mxGeometry x="670" y="-1110" width="120" height="60" as="geometry" />
+         </mxCell>
+         <mxCell id="0H6Zyw3Ez8y77bzPu73Z-7" value="[no]" style="text;html=1;align=center;verticalAlign=middle;resizable=0;points=[];autosize=1;strokeColor=none;fillColor=none;" parent="1" vertex="1">
+           <mxGeometry x="620" y="-1100" width="40" height="30" as="geometry" />
+         </mxCell>
+         <mxCell id="0H6Zyw3Ez8y77bzPu73Z-15" value="" style="edgeStyle=orthogonalEdgeStyle;rounded=0;orthogonalLoop=1;jettySize=auto;html=1;" parent="1" source="0H6Zyw3Ez8y77bzPu73Z-11" target="0H6Zyw3Ez8y77bzPu73Z-13" edge="1">
+           <mxGeometry relative="1" as="geometry" />
+         </mxCell>
+         <mxCell id="0H6Zyw3Ez8y77bzPu73Z-11" value="Booking admin directly approves booking" style="rounded=1;whiteSpace=wrap;html=1;strokeWidth=1;" parent="1" vertex="1">
+           <mxGeometry x="580" y="-1000" width="120" height="60" as="geometry" />
+         </mxCell>
+         <mxCell id="0H6Zyw3Ez8y77bzPu73Z-16" style="edgeStyle=orthogonalEdgeStyle;rounded=0;orthogonalLoop=1;jettySize=auto;html=1;entryX=1;entryY=0.5;entryDx=0;entryDy=0;" parent="1" source="0H6Zyw3Ez8y77bzPu73Z-13" target="VgG-rzQVKVVHX1h5zmXF-97" edge="1">
+           <mxGeometry relative="1" as="geometry" />
+         </mxCell>
+         <mxCell id="0H6Zyw3Ez8y77bzPu73Z-13" value="" style="rhombus;whiteSpace=wrap;html=1;strokeWidth=1;" parent="1" vertex="1">
+           <mxGeometry x="600" y="-910" width="80" height="80" as="geometry" />
+         </mxCell>
+         <mxCell id="v3tCxRTfs_H52XRyuZbw-7" style="edgeStyle=orthogonalEdgeStyle;rounded=0;orthogonalLoop=1;jettySize=auto;html=1;exitX=0.25;exitY=0.5;exitDx=0;exitDy=0;exitPerimeter=0;entryX=0.5;entryY=1;entryDx=0;entryDy=0;" edge="1" parent="1" source="v3tCxRTfs_H52XRyuZbw-4" target="bACexmj81euN7fhu6PjQ-80">
+           <mxGeometry relative="1" as="geometry" />
+         </mxCell>
+         <mxCell id="v3tCxRTfs_H52XRyuZbw-4" value="join" style="line;strokeWidth=10;html=1;" vertex="1" parent="1">
+           <mxGeometry x="-190" y="-130" width="250" height="10" as="geometry" />
+         </mxCell>
+         <mxCell id="v3tCxRTfs_H52XRyuZbw-8" style="edgeStyle=orthogonalEdgeStyle;rounded=0;orthogonalLoop=1;jettySize=auto;html=1;exitX=0.5;exitY=1;exitDx=0;exitDy=0;entryX=0.359;entryY=0.017;entryDx=0;entryDy=0;entryPerimeter=0;" edge="1" parent="1" source="bACexmj81euN7fhu6PjQ-11" target="0Wx9dbM_nObIqTf50nTo-4">
+           <mxGeometry relative="1" as="geometry" />
+         </mxCell>
+         <mxCell id="v3tCxRTfs_H52XRyuZbw-12" value="[yes]" style="text;html=1;align=center;verticalAlign=middle;resizable=0;points=[];autosize=1;strokeColor=none;fillColor=none;" vertex="1" parent="1">
+           <mxGeometry x="585" y="-1052" width="50" height="30" as="geometry" />
        </mxCell>
      </root>
    </mxGraphModel>
  </diagram>
</mxfile>
